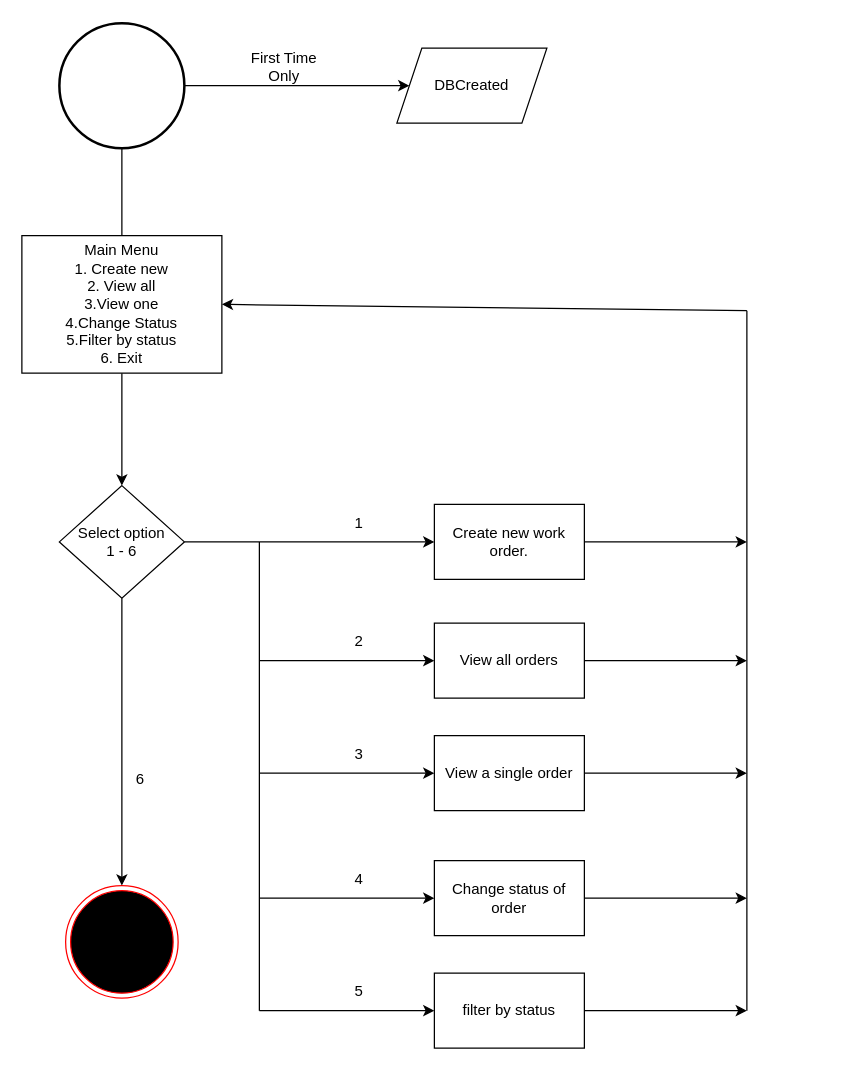
The draw.io diagram Java/resources/FlowDiagram.drawio in SZF-JamesD/CompetenceCheck, before the edit. Source tidied: cells renumbered, new cells numbered last; positions are measured from the earlier drawing's top-left corner, leaving out a move shared by most shapes. Both pictures are drawn from the tidied source at 125%, with x=0, y=0 at pixel (21, 22).
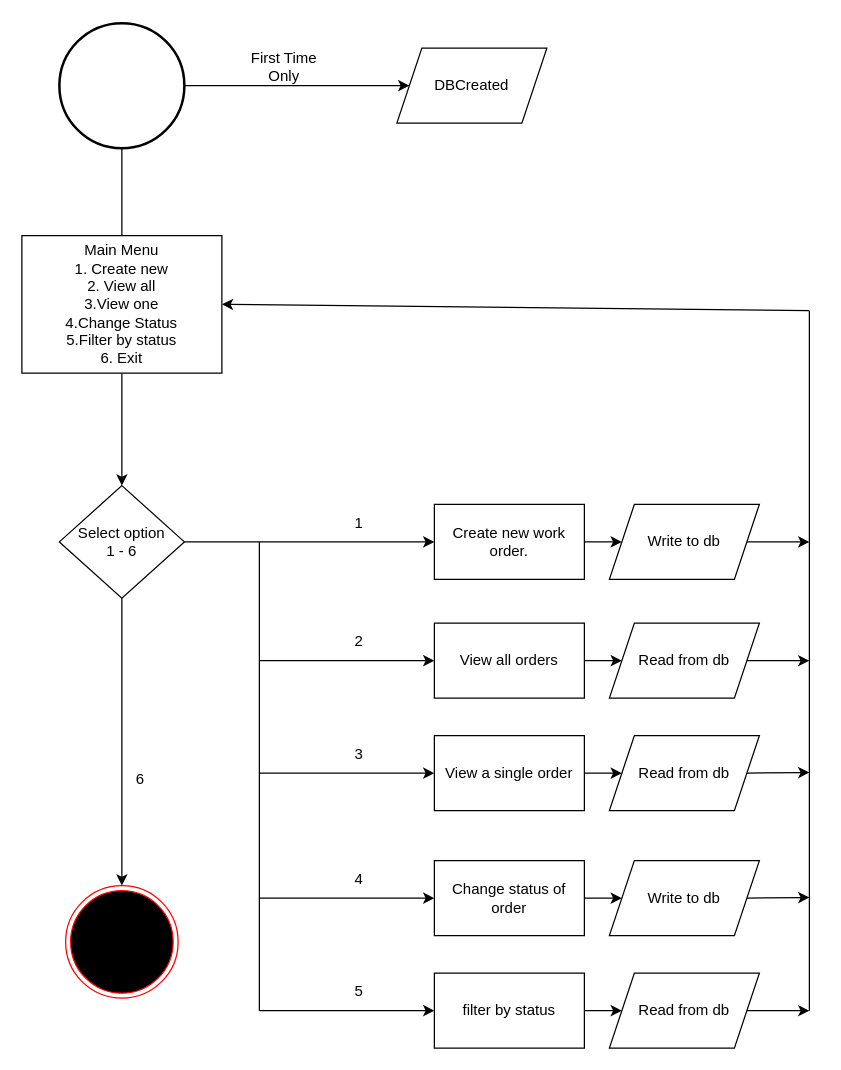
The same diagram, later.

The change refers to these unchanged cells:
```xml
<mxCell id="9" value="Main Menu&lt;br&gt;1. Create new&lt;br&gt;2. View all&lt;br&gt;3.View one&lt;br&gt;4.Change Status&lt;br&gt;5.Filter by status&lt;br&gt;6. Exit" style="rounded=0;whiteSpace=wrap;html=1;" parent="1" vertex="1">
  <mxGeometry y="170" width="160" height="110" as="geometry" />
</mxCell>
<mxCell id="13" value="Create new work order." style="rounded=0;whiteSpace=wrap;html=1;" parent="1" vertex="1">
  <mxGeometry x="330" y="385" width="120" height="60" as="geometry" />
</mxCell>
<mxCell id="16" value="filter by status" style="rounded=0;whiteSpace=wrap;html=1;" parent="1" vertex="1">
  <mxGeometry x="330" y="760" width="120" height="60" as="geometry" />
</mxCell>
<mxCell id="18" value="Change status of order" style="rounded=0;whiteSpace=wrap;html=1;" parent="1" vertex="1">
  <mxGeometry x="330" y="670" width="120" height="60" as="geometry" />
</mxCell>
<mxCell id="20" value="View a single order" style="rounded=0;whiteSpace=wrap;html=1;" parent="1" vertex="1">
  <mxGeometry x="330" y="570" width="120" height="60" as="geometry" />
</mxCell>
<mxCell id="22" value="View all orders" style="rounded=0;whiteSpace=wrap;html=1;" parent="1" vertex="1">
  <mxGeometry x="330" y="480" width="120" height="60" as="geometry" />
</mxCell>
```

Diff of the diagram source:
```diff
@@
-    <mxCell id="12" style="edgeStyle=orthogonalEdgeStyle;rounded=0;jettySize=auto;html=1;" parent="1" edge="1" source="13">
-      <mxGeometry relative="1" as="geometry">
-        <mxPoint x="580" y="415" as="targetPoint" />
-      </mxGeometry>
+    <mxCell id="12" style="edgeStyle=orthogonalEdgeStyle;rounded=0;jettySize=auto;html=1;entryX=0;entryY=0.5;entryDx=0;entryDy=0;" parent="1" edge="1" source="13" target="37">
+      <mxGeometry relative="1" as="geometry" />
     </mxCell>
@@
-    <mxCell id="15" style="edgeStyle=orthogonalEdgeStyle;rounded=0;jettySize=auto;html=1;" parent="1" edge="1" source="16">
-      <mxGeometry relative="1" as="geometry">
-        <mxPoint x="580" y="790" as="targetPoint" />
-      </mxGeometry>
+    <mxCell id="15" style="edgeStyle=orthogonalEdgeStyle;rounded=0;jettySize=auto;html=1;entryX=0;entryY=0.5;entryDx=0;entryDy=0;" parent="1" edge="1" source="16" target="45">
+      <mxGeometry relative="1" as="geometry" />
     </mxCell>
@@
-    <mxCell id="17" style="edgeStyle=orthogonalEdgeStyle;rounded=0;jettySize=auto;html=1;" parent="1" edge="1" source="18">
-      <mxGeometry relative="1" as="geometry">
-        <mxPoint x="580" y="700" as="targetPoint" />
-      </mxGeometry>
+    <mxCell id="17" style="edgeStyle=orthogonalEdgeStyle;rounded=0;jettySize=auto;html=1;entryX=0;entryY=0.5;entryDx=0;entryDy=0;" parent="1" edge="1" source="18" target="39">
+      <mxGeometry relative="1" as="geometry" />
     </mxCell>
@@
-    <mxCell id="19" style="edgeStyle=orthogonalEdgeStyle;rounded=0;jettySize=auto;html=1;" parent="1" edge="1" source="20">
-      <mxGeometry relative="1" as="geometry">
-        <mxPoint x="580" y="600" as="targetPoint" />
-      </mxGeometry>
+    <mxCell id="19" style="edgeStyle=orthogonalEdgeStyle;rounded=0;jettySize=auto;html=1;entryX=0;entryY=0.5;entryDx=0;entryDy=0;" parent="1" edge="1" source="20" target="43">
+      <mxGeometry relative="1" as="geometry" />
     </mxCell>
@@
-    <mxCell id="21" style="edgeStyle=orthogonalEdgeStyle;rounded=0;jettySize=auto;html=1;" parent="1" edge="1" source="22">
-      <mxGeometry relative="1" as="geometry">
-        <mxPoint x="580" y="510" as="targetPoint" />
-      </mxGeometry>
+    <mxCell id="21" style="edgeStyle=orthogonalEdgeStyle;rounded=0;jettySize=auto;html=1;entryX=0;entryY=0.5;entryDx=0;entryDy=0;" parent="1" edge="1" source="22" target="41">
+      <mxGeometry relative="1" as="geometry" />
     </mxCell>
@@
     <mxCell id="34" style="endArrow=none;html=1;rounded=0;" parent="1" edge="1">
       <mxGeometry relative="1" as="geometry">
-        <mxPoint x="580" y="790" as="sourcePoint" />
-        <mxPoint x="580" y="230" as="targetPoint" />
+        <mxPoint x="630" y="790" as="sourcePoint" />
+        <mxPoint x="630" y="230" as="targetPoint" />
       </mxGeometry>
     </mxCell>
     <mxCell id="35" style="endArrow=classic;html=1;rounded=0;entryX=1;entryY=0.5;entryDx=0;entryDy=0;" parent="1" edge="1" target="9">
       <mxGeometry relative="1" as="geometry">
-        <mxPoint x="580" y="230" as="sourcePoint" />
+        <mxPoint x="630" y="230" as="sourcePoint" />
       </mxGeometry>
     </mxCell>
+    <mxCell id="36" style="edgeStyle=orthogonalEdgeStyle;rounded=0;jettySize=auto;html=1;" parent="1" edge="1" source="37">
+      <mxGeometry relative="1" as="geometry">
+        <mxPoint x="630" y="415" as="targetPoint" />
+      </mxGeometry>
+    </mxCell>
+    <mxCell id="37" value="Write to db" style="shape=parallelogram;perimeter=parallelogramPerimeter;whiteSpace=wrap;html=1;fixedSize=1;" parent="1" vertex="1">
+      <mxGeometry x="470" y="385" width="120" height="60" as="geometry" />
+    </mxCell>
+    <mxCell id="38" style="edgeStyle=orthogonalEdgeStyle;rounded=0;jettySize=auto;html=1;exitX=1;exitY=0.5;exitDx=0;exitDy=0;" parent="1" edge="1" source="39">
+      <mxGeometry relative="1" as="geometry">
+        <mxPoint x="630" y="699.5" as="targetPoint" />
+      </mxGeometry>
+    </mxCell>
+    <mxCell id="39" value="Write to db" style="shape=parallelogram;perimeter=parallelogramPerimeter;whiteSpace=wrap;html=1;fixedSize=1;" parent="1" vertex="1">
+      <mxGeometry x="470" y="670" width="120" height="60" as="geometry" />
+    </mxCell>
+    <mxCell id="40" style="edgeStyle=orthogonalEdgeStyle;rounded=0;jettySize=auto;html=1;exitX=1;exitY=0.5;exitDx=0;exitDy=0;" parent="1" edge="1" source="41">
+      <mxGeometry relative="1" as="geometry">
+        <mxPoint x="630" y="510.1" as="targetPoint" />
+      </mxGeometry>
+    </mxCell>
+    <mxCell id="41" value="Read from db" style="shape=parallelogram;perimeter=parallelogramPerimeter;whiteSpace=wrap;html=1;fixedSize=1;" parent="1" vertex="1">
+      <mxGeometry x="470" y="480" width="120" height="60" as="geometry" />
+    </mxCell>
+    <mxCell id="42" style="edgeStyle=orthogonalEdgeStyle;rounded=0;jettySize=auto;html=1;exitX=1;exitY=0.5;exitDx=0;exitDy=0;" parent="1" edge="1" source="43">
+      <mxGeometry relative="1" as="geometry">
+        <mxPoint x="630" y="599.5" as="targetPoint" />
+      </mxGeometry>
+    </mxCell>
+    <mxCell id="43" value="Read from db" style="shape=parallelogram;perimeter=parallelogramPerimeter;whiteSpace=wrap;html=1;fixedSize=1;" parent="1" vertex="1">
+      <mxGeometry x="470" y="570" width="120" height="60" as="geometry" />
+    </mxCell>
+    <mxCell id="44" style="edgeStyle=orthogonalEdgeStyle;rounded=0;jettySize=auto;html=1;exitX=1;exitY=0.5;exitDx=0;exitDy=0;" parent="1" edge="1" source="45">
+      <mxGeometry relative="1" as="geometry">
+        <mxPoint x="630" y="790.1" as="targetPoint" />
+      </mxGeometry>
+    </mxCell>
+    <mxCell id="45" value="Read from db" style="shape=parallelogram;perimeter=parallelogramPerimeter;whiteSpace=wrap;html=1;fixedSize=1;" parent="1" vertex="1">
+      <mxGeometry x="470" y="760" width="120" height="60" as="geometry" />
+    </mxCell>
```
